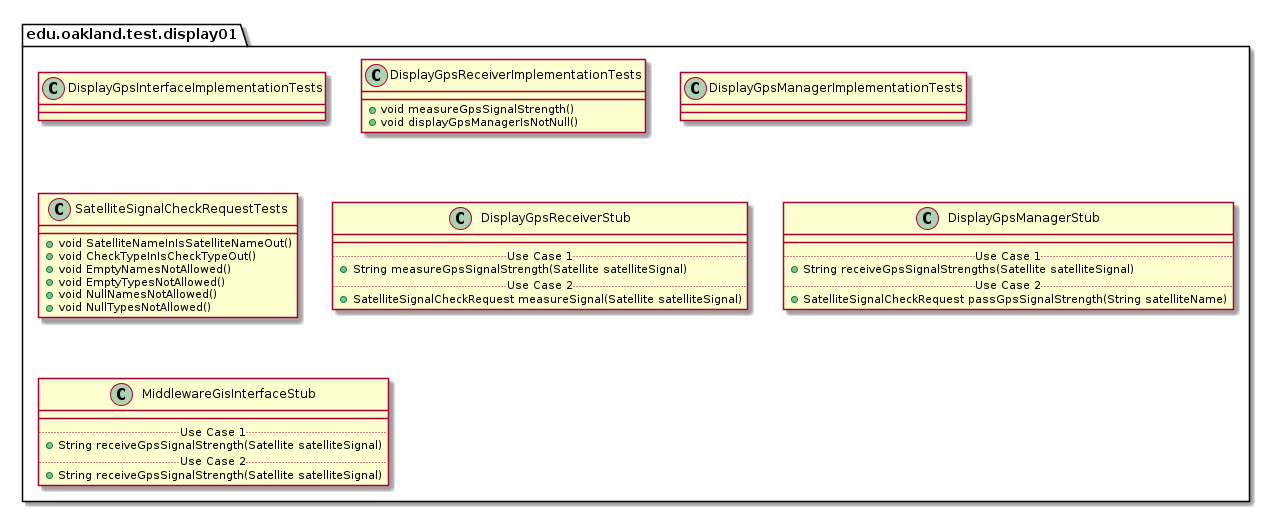
andrewdimmer/csi-3370-software-project keeps this PlantUML diagram as docs/uml-class-diagrams/display01/test/Display01TestPackage.png. Above is the earlier version.
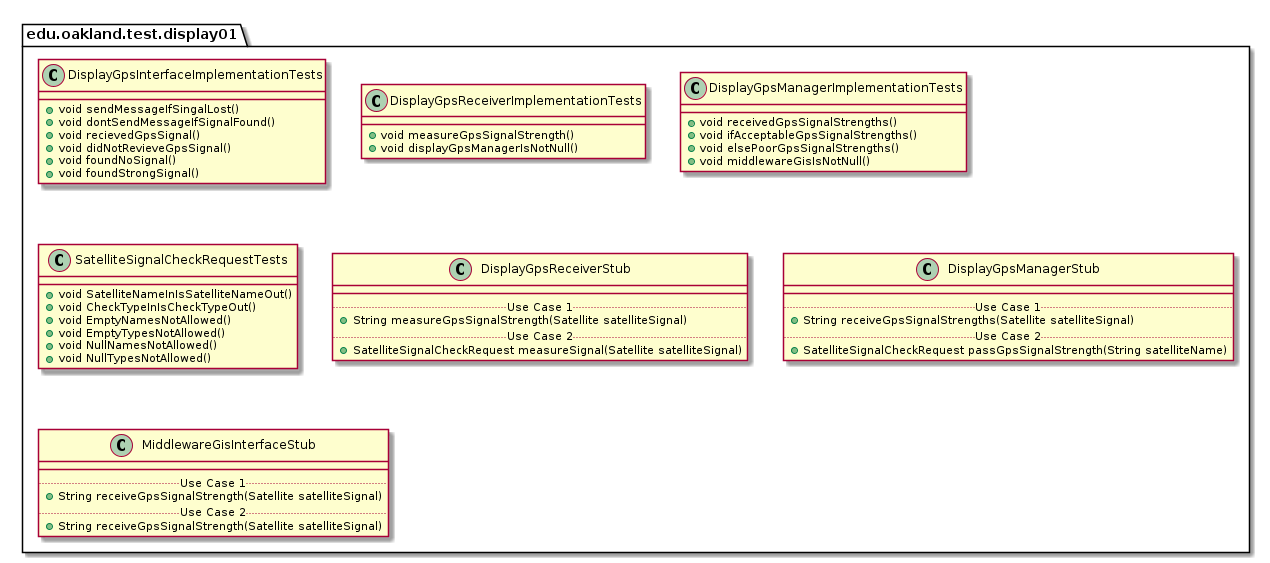
The same file after the commit.

The edit, as a diff of the source:
```diff
@@ -7,7 +7,12 @@
 
 package edu.oakland.test.display01 {
     class DisplayGpsInterfaceImplementationTests {
-
+      + void sendMessageIfSingalLost()
+      + void dontSendMessageIfSignalFound()
+      + void recievedGpsSignal()
+      + void didNotRevieveGpsSignal()
+      + void foundNoSignal()
+      + void foundStrongSignal()
     }
 }
 
@@ -22,7 +27,10 @@
 
 package edu.oakland.test.display01 {
     class DisplayGpsManagerImplementationTests {
-
+        + void receivedGpsSignalStrengths()
+        + void ifAcceptableGpsSignalStrengths()
+        + void elsePoorGpsSignalStrengths()
+        + void middlewareGisIsNotNull()
     }
 }
 
```
